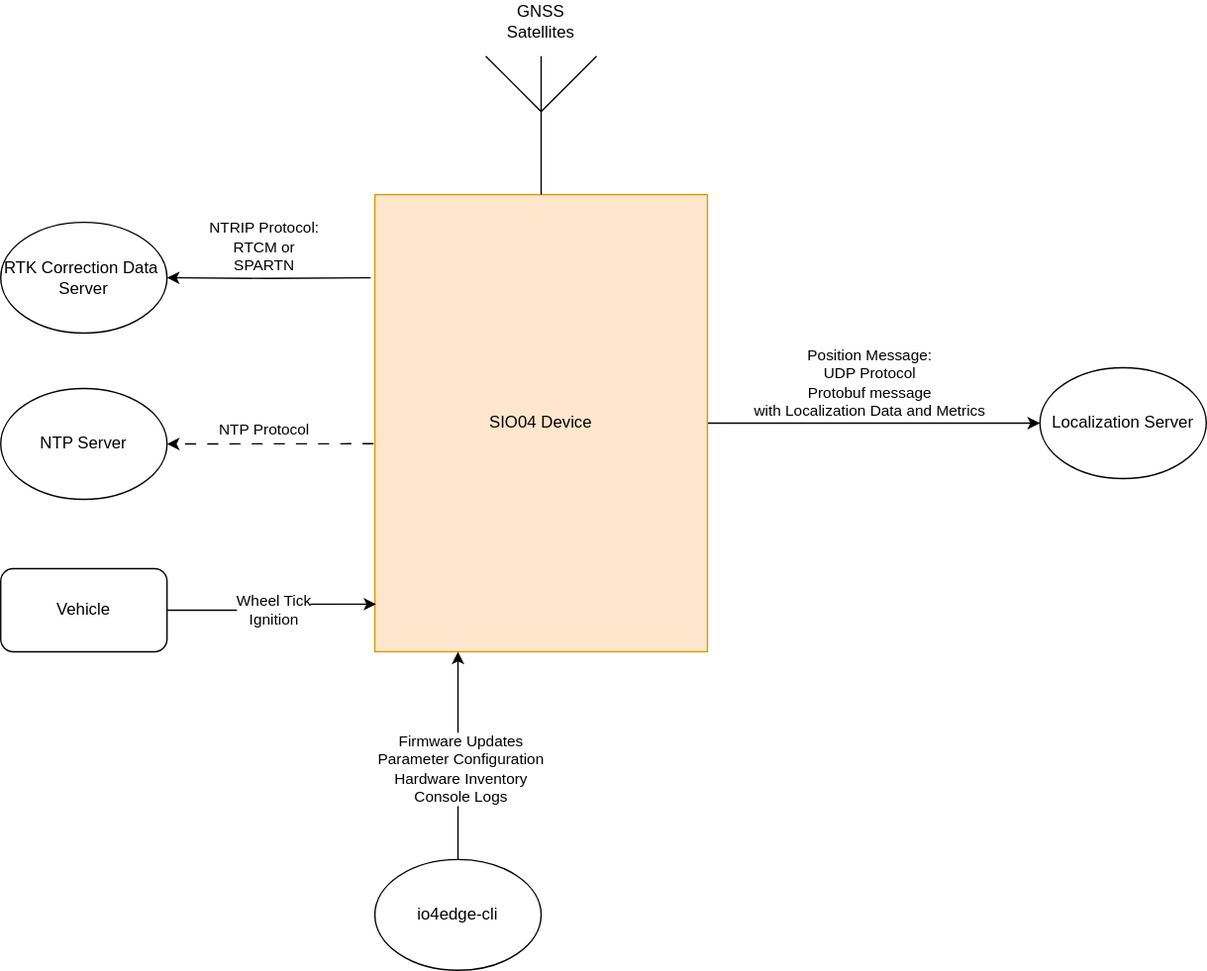
Earlier version of the draw.io export docs/user-docs/images/lyve/sio04-99-functional.svg (ci4rail/docs). Source tidied: cells renumbered, new cells last; positions are measured from the earlier drawing's top-left corner, leaving out a move shared by most shapes. The source it was exported from:
```xml
<mxGraphModel>
  <root>
    <mxCell id="0" />
    <mxCell id="1" parent="0" />
    <mxCell id="2" style="edgeStyle=orthogonalEdgeStyle;rounded=0;jettySize=auto;html=1;entryX=1;entryY=0.5;entryDx=0;entryDy=0;" parent="1" edge="1" target="11">
      <mxGeometry relative="1" as="geometry">
        <mxPoint x="267" y="200" as="sourcePoint" />
      </mxGeometry>
    </mxCell>
    <mxCell id="3" value="&lt;div&gt;&lt;br&gt;&lt;/div&gt;&lt;div&gt;NTRIP Protocol:&lt;/div&gt;RTCM or&lt;div&gt;SPARTN&lt;/div&gt;" style="edgeLabel;html=1;align=center;verticalAlign=middle;" parent="2" vertex="1">
      <mxGeometry x="0.05" y="-3" relative="1" as="geometry">
        <mxPoint y="-27" as="offset" />
      </mxGeometry>
    </mxCell>
    <mxCell id="4" style="edgeStyle=orthogonalEdgeStyle;rounded=0;jettySize=auto;html=1;entryX=0;entryY=0.5;entryDx=0;entryDy=0;" parent="1" edge="1" source="8" target="12">
      <mxGeometry relative="1" as="geometry" />
    </mxCell>
    <mxCell id="5" value="&lt;div&gt;Position Message:&lt;/div&gt;UDP Protocol&lt;div&gt;Protobuf message&lt;/div&gt;&lt;div&gt;with Localization Data and Metrics&lt;/div&gt;" style="edgeLabel;html=1;align=center;verticalAlign=middle;" parent="4" vertex="1">
      <mxGeometry x="-0.1" y="2" relative="1" as="geometry">
        <mxPoint x="8" y="-28" as="offset" />
      </mxGeometry>
    </mxCell>
    <mxCell id="6" style="edgeStyle=orthogonalEdgeStyle;rounded=0;jettySize=auto;html=1;exitX=-0.004;exitY=0.545;exitDx=0;exitDy=0;entryX=1;entryY=0.5;entryDx=0;entryDy=0;dashed=1;dashPattern=8 8;exitPerimeter=0;" parent="1" edge="1" source="8" target="13">
      <mxGeometry relative="1" as="geometry" />
    </mxCell>
    <mxCell id="7" value="NTP Protocol" style="edgeLabel;html=1;align=center;verticalAlign=middle;" parent="6" vertex="1">
      <mxGeometry x="-0.05" y="-3" relative="1" as="geometry">
        <mxPoint x="-9" y="-7" as="offset" />
      </mxGeometry>
    </mxCell>
    <mxCell id="8" value="SIO04 Device" style="rounded=0;whiteSpace=wrap;html=1;fillColor=#ffe6cc;strokeColor=#d79b00;" parent="1" vertex="1">
      <mxGeometry x="270" y="140" width="240" height="330" as="geometry" />
    </mxCell>
    <mxCell id="9" style="verticalLabelPosition=bottom;shadow=0;dashed=0;align=center;html=1;verticalAlign=top;shape=mxgraph.electrical.radio.aerial_-_antenna_1;" parent="1" vertex="1">
      <mxGeometry x="350" y="40" width="80" height="100" as="geometry" />
    </mxCell>
    <mxCell id="10" value="GNSS Satellites" style="text;html=1;align=center;verticalAlign=middle;whiteSpace=wrap;rounded=0;" parent="1" vertex="1">
      <mxGeometry x="360" width="60" height="30" as="geometry" />
    </mxCell>
    <mxCell id="11" value="RTK Correction Data&amp;nbsp; Server" style="ellipse;whiteSpace=wrap;html=1;" parent="1" vertex="1">
      <mxGeometry y="160" width="120" height="80" as="geometry" />
    </mxCell>
    <mxCell id="12" value="Localization Server" style="ellipse;whiteSpace=wrap;html=1;" parent="1" vertex="1">
      <mxGeometry x="750" y="265" width="120" height="80" as="geometry" />
    </mxCell>
    <mxCell id="13" value="NTP Server" style="ellipse;whiteSpace=wrap;html=1;" parent="1" vertex="1">
      <mxGeometry y="280" width="120" height="80" as="geometry" />
    </mxCell>
    <mxCell id="14" style="edgeStyle=orthogonalEdgeStyle;rounded=0;jettySize=auto;html=1;entryX=0.25;entryY=1;entryDx=0;entryDy=0;" parent="1" edge="1" source="16" target="8">
      <mxGeometry relative="1" as="geometry" />
    </mxCell>
    <mxCell id="15" value="Firmware Updates&lt;div&gt;Parameter Configuration&lt;/div&gt;&lt;div&gt;Hardware Inventory&lt;/div&gt;&lt;div&gt;Console Logs&lt;/div&gt;" style="edgeLabel;html=1;align=center;verticalAlign=middle;" parent="14" vertex="1">
      <mxGeometry x="-0.12" y="-1" relative="1" as="geometry" />
    </mxCell>
    <mxCell id="16" value="io4edge-cli" style="ellipse;whiteSpace=wrap;html=1;" parent="1" vertex="1">
      <mxGeometry x="270" y="620" width="120" height="80" as="geometry" />
    </mxCell>
    <mxCell id="17" value="Vehicle" style="rounded=1;whiteSpace=wrap;html=1;" parent="1" vertex="1">
      <mxGeometry y="410" width="120" height="60" as="geometry" />
    </mxCell>
    <mxCell id="18" style="edgeStyle=orthogonalEdgeStyle;rounded=0;jettySize=auto;html=1;entryX=0.004;entryY=0.896;entryDx=0;entryDy=0;entryPerimeter=0;" parent="1" edge="1" source="17" target="8">
      <mxGeometry relative="1" as="geometry" />
    </mxCell>
    <mxCell id="19" value="Wheel Tick&lt;div&gt;Ignition&lt;/div&gt;" style="edgeLabel;html=1;align=center;verticalAlign=middle;" parent="18" vertex="1">
      <mxGeometry x="-0.03" y="-1" relative="1" as="geometry" />
    </mxCell>
  </root>
</mxGraphModel>
```
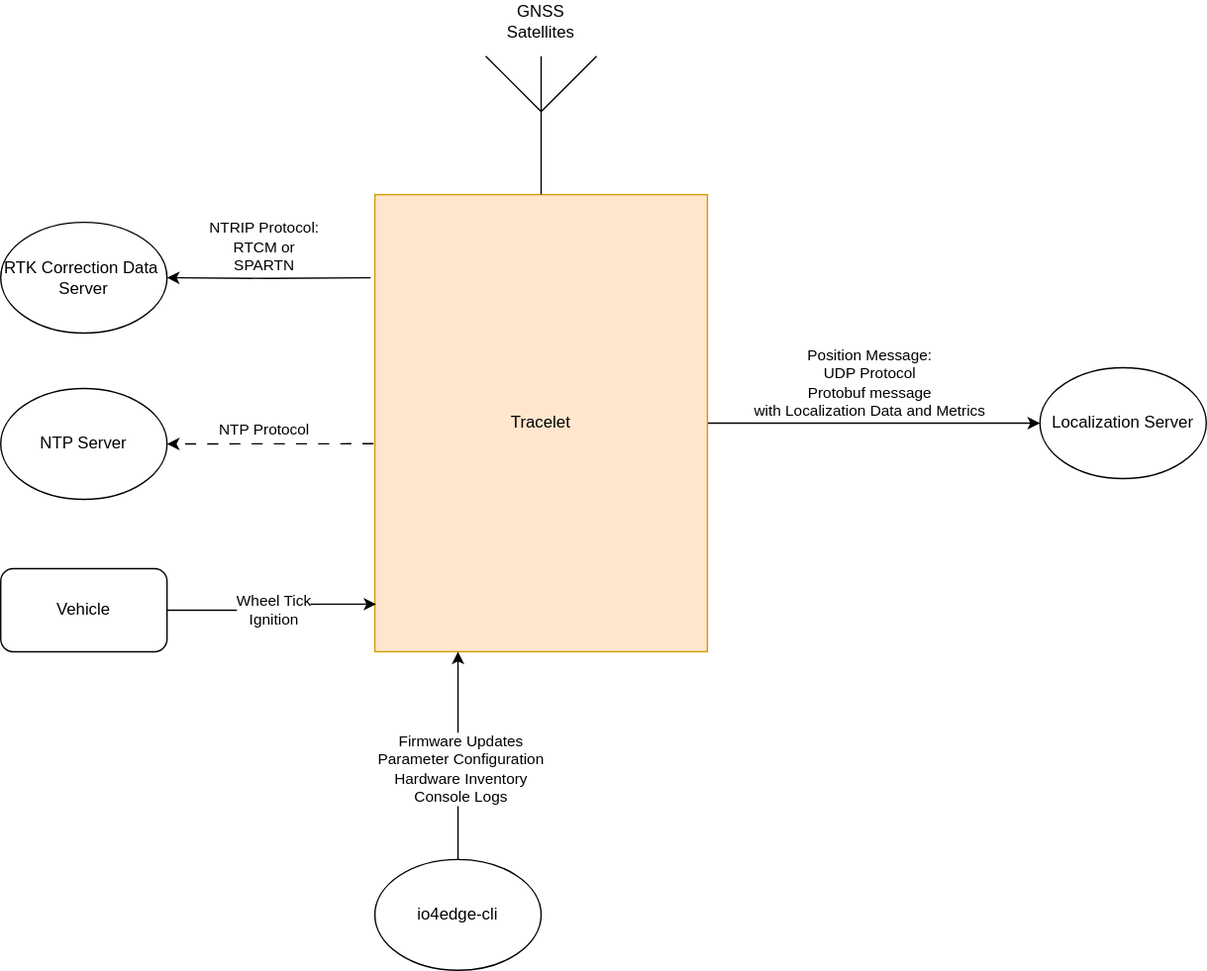
The same diagram one commit later.

Diff of the diagram source:
```diff
@@ -28,7 +28,7 @@
         <mxPoint x="-9" y="-7" as="offset" />
       </mxGeometry>
     </mxCell>
-    <mxCell id="8" value="SIO04 Device" style="rounded=0;whiteSpace=wrap;html=1;fillColor=#ffe6cc;strokeColor=#d79b00;" parent="1" vertex="1">
+    <mxCell id="8" value="Tracelet" style="rounded=0;whiteSpace=wrap;html=1;fillColor=#ffe6cc;strokeColor=#d79b00;" parent="1" vertex="1">
       <mxGeometry x="270" y="140" width="240" height="330" as="geometry" />
     </mxCell>
     <mxCell id="9" style="verticalLabelPosition=bottom;shadow=0;dashed=0;align=center;html=1;verticalAlign=top;shape=mxgraph.electrical.radio.aerial_-_antenna_1;" parent="1" vertex="1">
```
